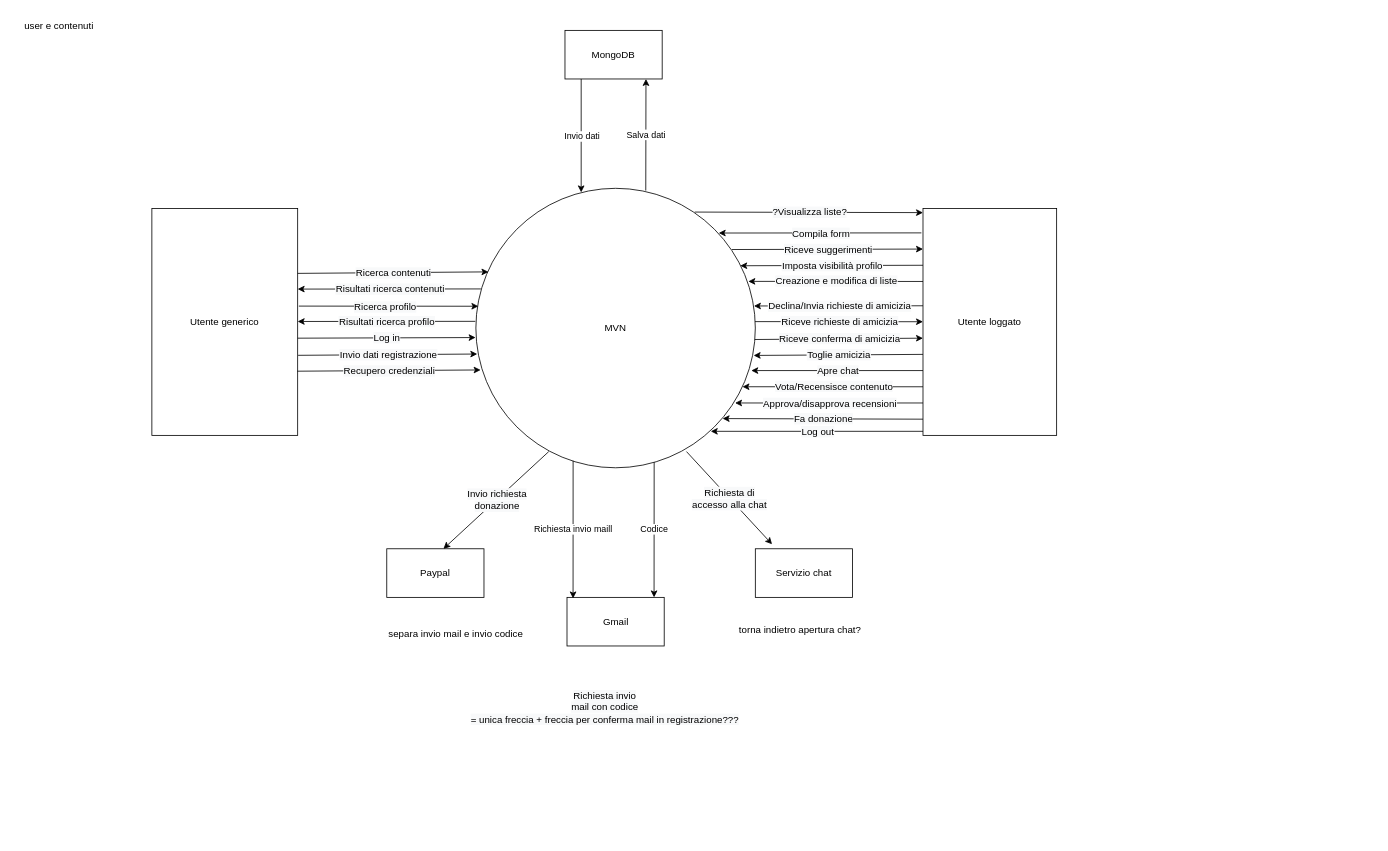
This is ContestDiagram.drawio from Organizzazione-IngSoftware/BancoLavoroD2, a draw.io file, before an edit. Source tidied: cells renumbered, new cells numbered last; positions are measured from the earlier drawing's top-left corner, leaving out a move shared by most shapes. Both pictures are drawn from the tidied source at 81%, with x=0, y=0 at pixel (14, 14).
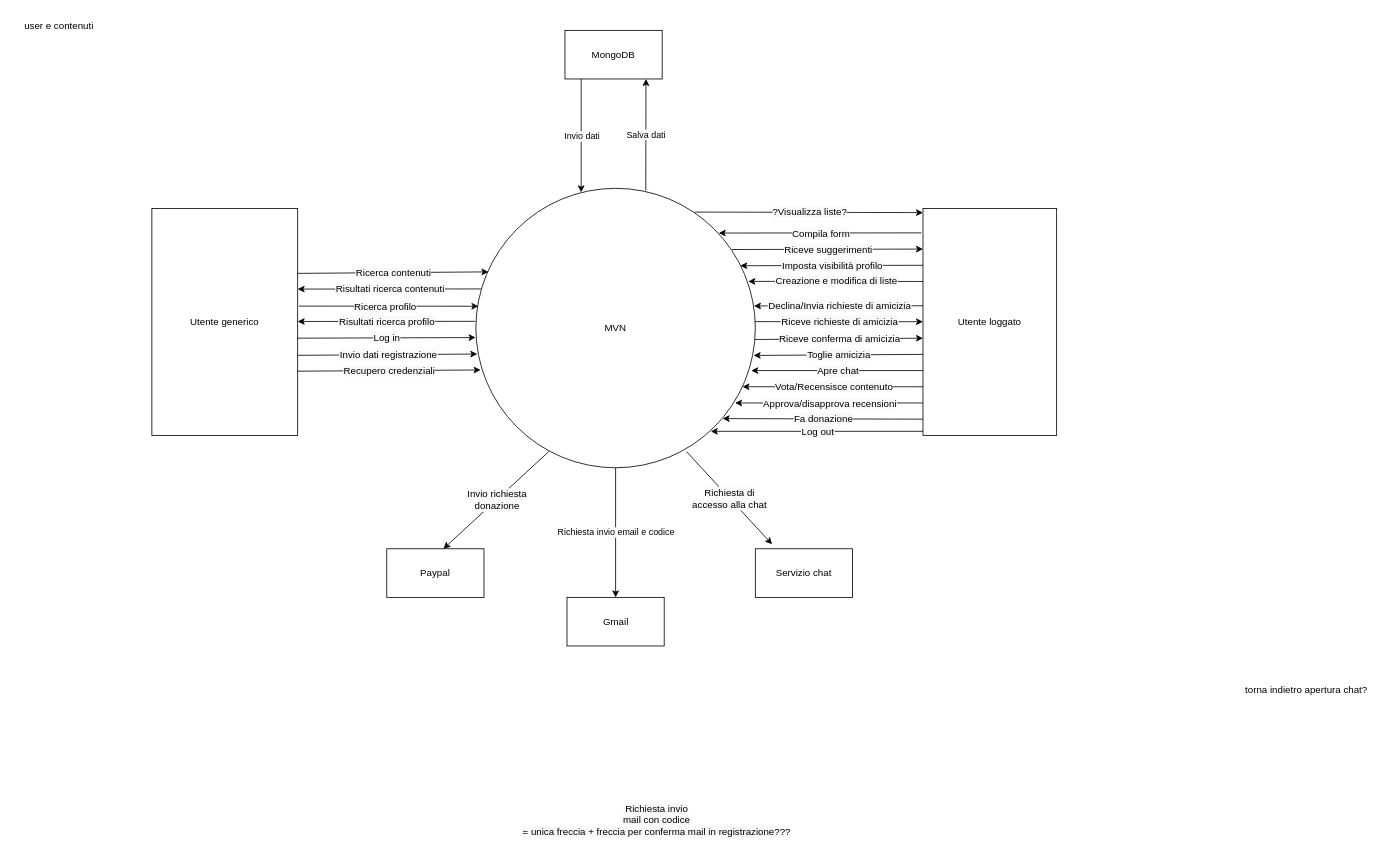
The same diagram, later.

Unchanged cells that the change refers to:
```xml
<mxCell id="2" value="MVN" style="ellipse;whiteSpace=wrap;html=1;" parent="1" vertex="1">
  <mxGeometry x="570" y="215" width="345" height="345" as="geometry" />
</mxCell>
<mxCell id="38" value="Gmail" style="rounded=0;whiteSpace=wrap;html=1;" parent="1" vertex="1">
  <mxGeometry x="682.5" y="720" width="120" height="60" as="geometry" />
</mxCell>
```

Change to the diagram source:
```diff
@@
-    <mxCell id="51" value="Codice" style="endArrow=classic;html=1;rounded=0;exitX=0.638;exitY=0.98;exitDx=0;exitDy=0;exitPerimeter=0;" parent="1" edge="1" source="2">
-      <mxGeometry relative="1" as="geometry">
-        <mxPoint x="790" y="720" as="targetPoint" />
-      </mxGeometry>
-    </mxCell>
@@
-    <mxCell id="54" value="Richiesta invio maill" style="endArrow=classic;html=1;rounded=0;exitX=0.348;exitY=0.975;exitDx=0;exitDy=0;exitPerimeter=0;" parent="1" edge="1" source="2">
-      <mxGeometry relative="1" as="geometry">
-        <mxPoint x="690" y="721.3" as="targetPoint" />
-      </mxGeometry>
+    <mxCell id="54" value="Richiesta invio email e codice" style="endArrow=classic;html=1;rounded=0;exitX=0.5;exitY=1;exitDx=0;exitDy=0;entryX=0.5;entryY=0;entryDx=0;entryDy=0;" parent="1" edge="1" source="2" target="38">
+      <mxGeometry relative="1" as="geometry" />
     </mxCell>
     <mxCell id="55" value="&lt;span style=&quot;font-size: 12px; background-color: rgb(248, 249, 250);&quot;&gt;Richiesta invio&lt;/span&gt;&lt;br style=&quot;font-size: 12px; background-color: rgb(248, 249, 250);&quot;&gt;&lt;span style=&quot;font-size: 12px; background-color: rgb(248, 249, 250);&quot;&gt;mail con codice&lt;br&gt;= unica freccia + freccia per conferma mail in registrazione???&lt;br&gt;&lt;/span&gt;" style="edgeLabel;html=1;align=center;verticalAlign=middle;" parent="54" vertex="1">
       <mxGeometry relative="1" as="geometry">
-        <mxPoint x="38" y="219" as="offset" />
+        <mxPoint x="50" y="354" as="offset" />
       </mxGeometry>
     </mxCell>
@@
-    <mxCell id="63" value="separa invio mail e invio codice&lt;br&gt;" style="text;html=1;align=center;verticalAlign=middle;strokeColor=none;fillColor=none;" parent="1" vertex="1">
-      <mxGeometry x="450" y="750" width="190" height="30" as="geometry" />
-    </mxCell>
     <mxCell id="64" value="torna indietro apertura chat?" style="text;html=1;align=center;verticalAlign=middle;strokeColor=none;fillColor=none;" parent="1" vertex="1">
-      <mxGeometry x="885" y="745" width="170" height="30" as="geometry" />
+      <mxGeometry x="1510" y="820" width="170" height="30" as="geometry" />
     </mxCell>
```
